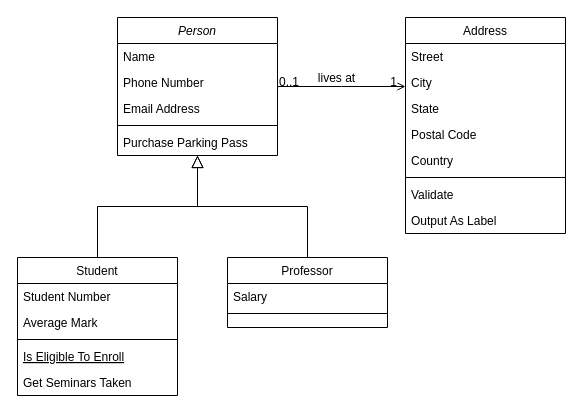
Wade008/flowcharts keeps this draw.io diagram as Untitled Diagram.drawio. Above is the earlier version. Source tidied: cells renumbered, new cells numbered last; positions are measured from the earlier drawing's top-left corner, leaving out a move shared by most shapes. Both pictures are drawn from the tidied source at 100%, with x=0, y=0 at pixel (17, 17).
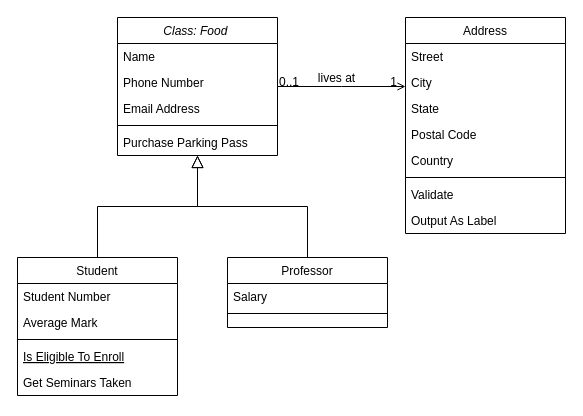
The same diagram, later.

Diff of the diagram source:
```diff
@@
-    <mxCell id="2" value="Person" style="swimlane;fontStyle=2;align=center;verticalAlign=top;horizontal=1;startSize=26;rounded=0;shadow=0;strokeWidth=1;" parent="1" vertex="1">
+    <mxCell id="2" value="Class: Food " style="swimlane;fontStyle=2;align=center;verticalAlign=top;horizontal=1;startSize=26;rounded=0;shadow=0;strokeWidth=1;" parent="1" vertex="1">
       <mxGeometry x="100" width="160" height="138" as="geometry" />
     </mxCell>
```
